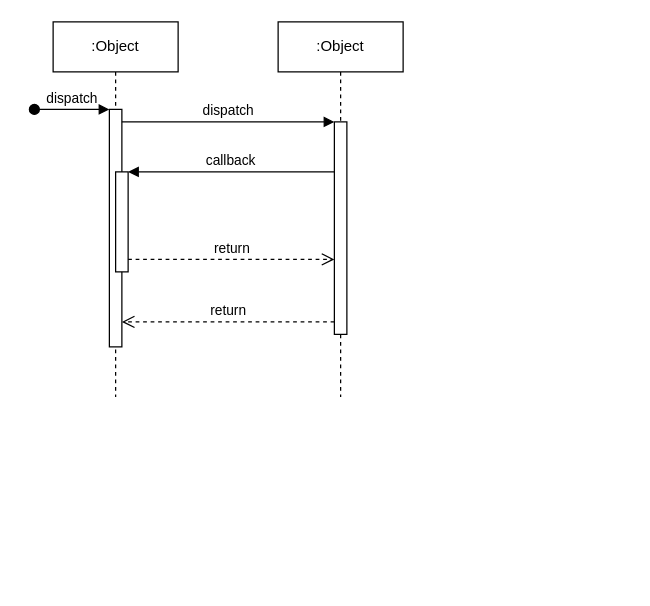
Before: Calculatrice/ES PKFRC sequence attribution de point.drawio in sngdtechnologies/Calculatrice, a draw.io diagram. Source tidied: cells renumbered, new cells numbered last; positions are measured from the earlier drawing's top-left corner, leaving out a move shared by most shapes. Both pictures are drawn from the tidied source at 125%, with x=0, y=0 at pixel (34, 21).
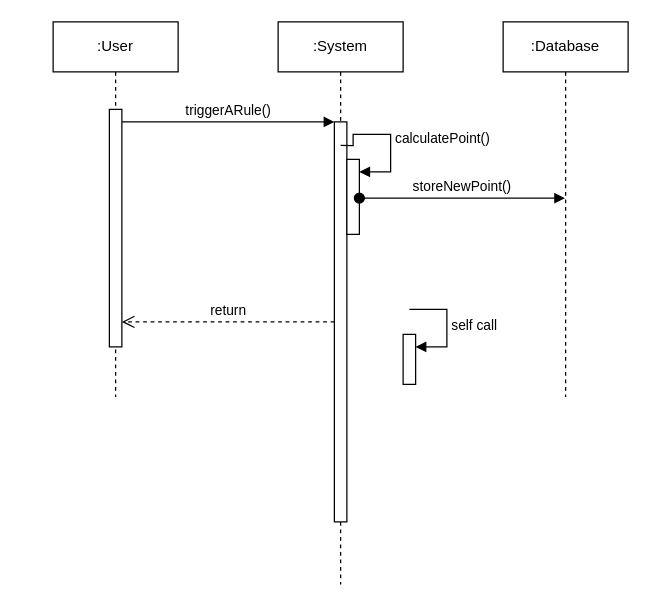
The same page after the edit.

Commit message (it also covers changes not shown here):
Mettre à jour ES PKFRC sequence attribution de point.drawio

The change refers to these unchanged cells:
```xml
<mxCell id="3" style="html=1;points=[];perimeter=orthogonalPerimeter;outlineConnect=0;targetShapes=umlLifeline;portConstraint=eastwest;newEdgeStyle={&quot;edgeStyle&quot;:&quot;elbowEdgeStyle&quot;,&quot;elbow&quot;:&quot;vertical&quot;,&quot;curved&quot;:0,&quot;rounded&quot;:0};" parent="2" vertex="1">
  <mxGeometry x="45" y="70" width="10" height="190" as="geometry" />
</mxCell>
```

What changed in the source:
```diff
@@
-    <mxCell id="2" value=":Object" style="shape=umlLifeline;perimeter=lifelinePerimeter;whiteSpace=wrap;html=1;newEdgeStyle={&quot;edgeStyle&quot;:&quot;elbowEdgeStyle&quot;,&quot;elbow&quot;:&quot;vertical&quot;,&quot;curved&quot;:0,&quot;rounded&quot;:0};" parent="1" vertex="1">
+    <mxCell id="2" value=":User" style="shape=umlLifeline;perimeter=lifelinePerimeter;whiteSpace=wrap;html=1;newEdgeStyle={&quot;edgeStyle&quot;:&quot;elbowEdgeStyle&quot;,&quot;elbow&quot;:&quot;vertical&quot;,&quot;curved&quot;:0,&quot;rounded&quot;:0};" parent="1" vertex="1">
       <mxGeometry x="15" width="100" height="300" as="geometry" />
     </mxCell>
@@
-    <mxCell id="4" value="dispatch" style="html=1;verticalAlign=bottom;startArrow=oval;endArrow=block;startSize=8;edgeStyle=elbowEdgeStyle;elbow=vertical;curved=0;rounded=0;" parent="2" edge="1" target="3">
-      <mxGeometry relative="1" as="geometry">
-        <mxPoint x="-15" y="70" as="sourcePoint" />
-      </mxGeometry>
-    </mxCell>
-    <mxCell id="5" style="html=1;points=[];perimeter=orthogonalPerimeter;outlineConnect=0;targetShapes=umlLifeline;portConstraint=eastwest;newEdgeStyle={&quot;edgeStyle&quot;:&quot;elbowEdgeStyle&quot;,&quot;elbow&quot;:&quot;vertical&quot;,&quot;curved&quot;:0,&quot;rounded&quot;:0};" parent="2" vertex="1">
-      <mxGeometry x="50" y="120" width="10" height="80" as="geometry" />
-    </mxCell>
-    <mxCell id="6" value=":Object" style="shape=umlLifeline;perimeter=lifelinePerimeter;whiteSpace=wrap;html=1;newEdgeStyle={&quot;edgeStyle&quot;:&quot;elbowEdgeStyle&quot;,&quot;elbow&quot;:&quot;vertical&quot;,&quot;curved&quot;:0,&quot;rounded&quot;:0};" parent="1" vertex="1">
-      <mxGeometry x="195" width="100" height="300" as="geometry" />
+    <mxCell id="6" value=":System" style="shape=umlLifeline;perimeter=lifelinePerimeter;whiteSpace=wrap;html=1;newEdgeStyle={&quot;edgeStyle&quot;:&quot;elbowEdgeStyle&quot;,&quot;elbow&quot;:&quot;vertical&quot;,&quot;curved&quot;:0,&quot;rounded&quot;:0};" parent="1" vertex="1">
+      <mxGeometry x="195" width="100" height="450" as="geometry" />
     </mxCell>
     <mxCell id="7" style="html=1;points=[];perimeter=orthogonalPerimeter;outlineConnect=0;targetShapes=umlLifeline;portConstraint=eastwest;newEdgeStyle={&quot;edgeStyle&quot;:&quot;elbowEdgeStyle&quot;,&quot;elbow&quot;:&quot;vertical&quot;,&quot;curved&quot;:0,&quot;rounded&quot;:0};" parent="6" vertex="1">
-      <mxGeometry x="45" y="80" width="10" height="170" as="geometry" />
+      <mxGeometry x="45" y="80" width="10" height="320" as="geometry" />
     </mxCell>
+    <mxCell id="12" style="html=1;points=[[0,0,0,0,5],[0,1,0,0,-5],[1,0,0,0,5],[1,1,0,0,-5]];perimeter=orthogonalPerimeter;outlineConnect=0;targetShapes=umlLifeline;portConstraint=eastwest;newEdgeStyle={&quot;curved&quot;:0,&quot;rounded&quot;:0};" parent="6" vertex="1">
+      <mxGeometry x="55" y="110" width="10" height="60" as="geometry" />
+    </mxCell>
+    <mxCell id="13" value="calculatePoint()" style="html=1;align=left;spacingLeft=2;endArrow=block;rounded=0;edgeStyle=orthogonalEdgeStyle;curved=0;rounded=0;exitX=0.5;exitY=0.059;exitDx=0;exitDy=0;exitPerimeter=0;" parent="6" edge="1" source="7" target="12">
+      <mxGeometry relative="1" as="geometry">
+        <Array as="points">
+          <mxPoint x="60" y="99" />
+          <mxPoint x="60" y="90" />
+          <mxPoint x="90" y="90" />
+          <mxPoint x="90" y="120" />
+        </Array>
+      </mxGeometry>
+    </mxCell>
+    <mxCell id="14" style="html=1;points=[[0,0,0,0,5],[0,1,0,0,-5],[1,0,0,0,5],[1,1,0,0,-5]];perimeter=orthogonalPerimeter;outlineConnect=0;targetShapes=umlLifeline;portConstraint=eastwest;newEdgeStyle={&quot;curved&quot;:0,&quot;rounded&quot;:0};" parent="6" vertex="1">
+      <mxGeometry x="100" y="250" width="10" height="40" as="geometry" />
+    </mxCell>
+    <mxCell id="15" value="self call" style="html=1;align=left;spacingLeft=2;endArrow=block;rounded=0;edgeStyle=orthogonalEdgeStyle;curved=0;rounded=0;" parent="6" edge="1" target="14">
+      <mxGeometry relative="1" as="geometry">
+        <mxPoint x="105" y="230" as="sourcePoint" />
+        <Array as="points">
+          <mxPoint x="135" y="260" />
+        </Array>
+      </mxGeometry>
+    </mxCell>
-    <mxCell id="8" value="dispatch" style="html=1;verticalAlign=bottom;endArrow=block;edgeStyle=elbowEdgeStyle;elbow=vertical;curved=0;rounded=0;" parent="1" edge="1" source="3" target="7">
+    <mxCell id="8" value="triggerARule()" style="html=1;verticalAlign=bottom;endArrow=block;edgeStyle=elbowEdgeStyle;elbow=vertical;curved=0;rounded=0;" parent="1" edge="1" source="3" target="7">
       <mxGeometry relative="1" as="geometry">
         <Array as="points">
           <mxPoint x="155" y="80" />
         </Array>
       </mxGeometry>
     </mxCell>
@@
-    <mxCell id="10" value="callback" style="html=1;verticalAlign=bottom;endArrow=block;edgeStyle=elbowEdgeStyle;elbow=vertical;curved=0;rounded=0;" parent="1" edge="1" source="7" target="5">
-      <mxGeometry relative="1" as="geometry">
-        <Array as="points">
-          <mxPoint x="165" y="120" />
-        </Array>
-      </mxGeometry>
-    </mxCell>
-    <mxCell id="11" value="return" style="html=1;verticalAlign=bottom;endArrow=open;dashed=1;endSize=8;edgeStyle=elbowEdgeStyle;elbow=vertical;curved=0;rounded=0;" parent="1" edge="1" source="5" target="7">
-      <mxGeometry relative="1" as="geometry">
-        <Array as="points">
-          <mxPoint x="155" y="190" />
-        </Array>
-      </mxGeometry>
-    </mxCell>
+    <mxCell id="16" value=":Database" style="shape=umlLifeline;perimeter=lifelinePerimeter;whiteSpace=wrap;html=1;newEdgeStyle={&quot;curved&quot;:0,&quot;rounded&quot;:0};" parent="1" vertex="1">
+      <mxGeometry x="375" width="100" height="300" as="geometry" />
+    </mxCell>
+    <mxCell id="17" value="storeNewPoint()" style="html=1;verticalAlign=bottom;startArrow=oval;startFill=1;endArrow=block;startSize=8;curved=0;rounded=0;" parent="1" edge="1">
+      <mxGeometry relative="1" as="geometry">
+        <mxPoint x="260" y="141" as="sourcePoint" />
+        <mxPoint x="424.5" y="141" as="targetPoint" />
+      </mxGeometry>
+    </mxCell>
```
